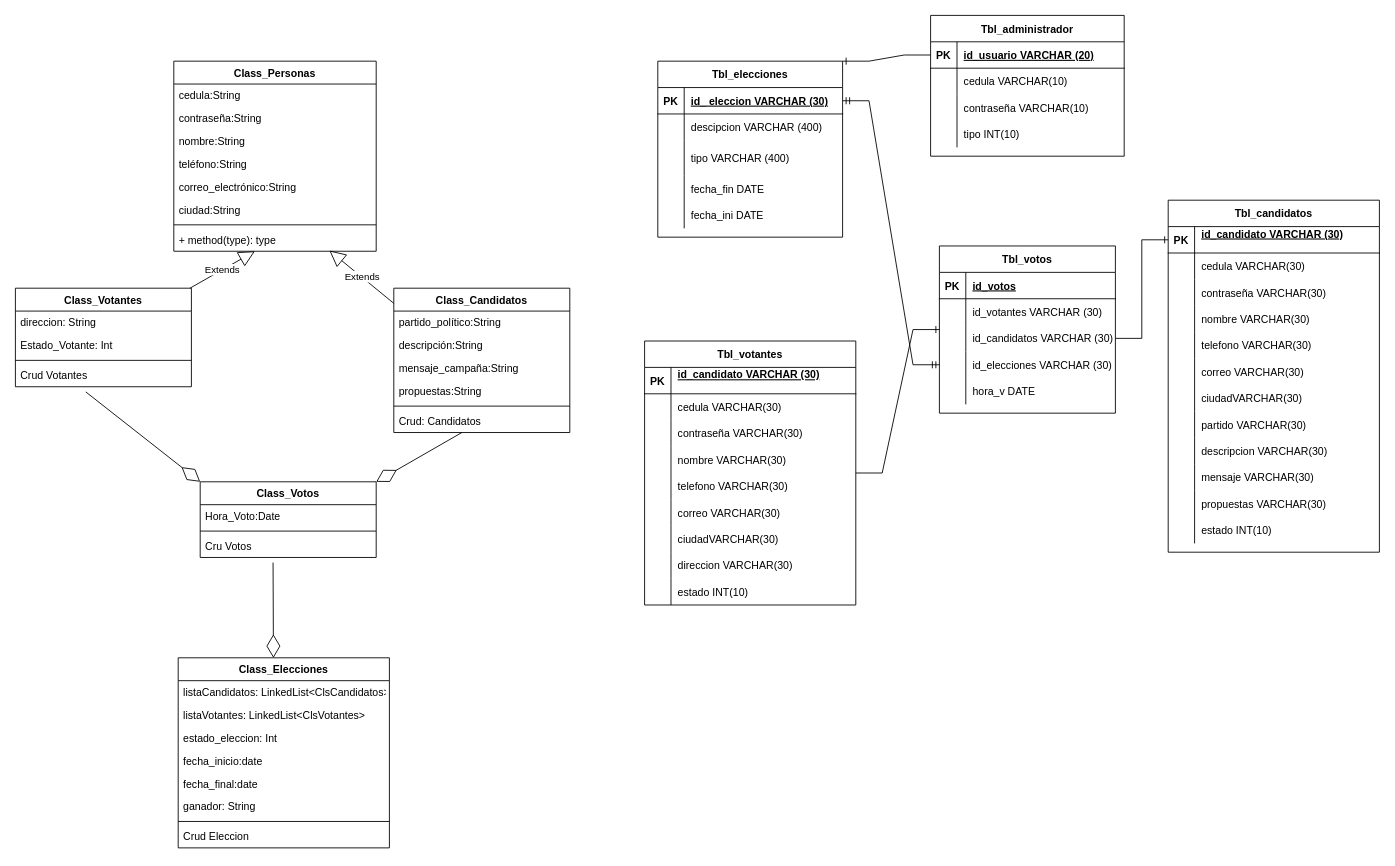
This is elecciones.drawio from alvaroarquez/mintic, a draw.io file, before an edit. Source tidied: cells renumbered, new cells numbered last; positions are measured from the earlier drawing's top-left corner, leaving out a move shared by most shapes. Both pictures are drawn from the tidied source at 88%, with x=0, y=0 at pixel (15, 15).
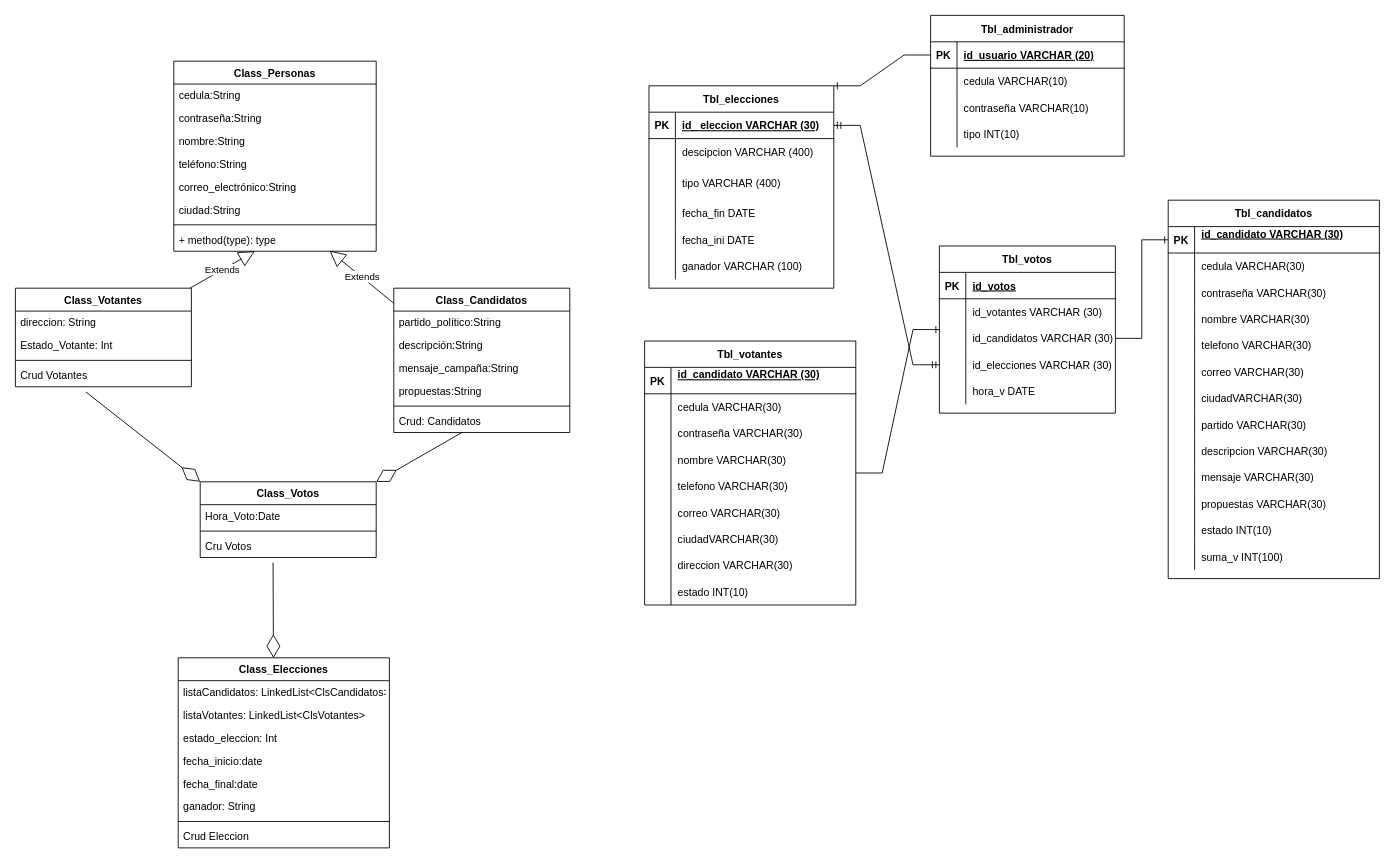
Above is the later version.

What changed in the source:
```diff
@@
     <mxCell id="41" value="Tbl_elecciones" style="shape=table;startSize=30;childLayout=tableLayout;rowLines=0;fontStyle=1;align=center;" parent="1" vertex="1">
-      <mxGeometry x="730" y="52" width="210" height="200" as="geometry" />
+      <mxGeometry x="720" y="80" width="210" height="230" as="geometry" />
     </mxCell>
@@
+    <mxCell id="155" style="shape=tableRow;horizontal=0;startSize=0;swimlaneHead=0;swimlaneBody=0;fillColor=none;top=0;left=0;right=0;bottom=0;" parent="41" vertex="1">
+      <mxGeometry y="190" width="210" height="30" as="geometry" />
+    </mxCell>
+    <mxCell id="156" style="shape=partialRectangle;fillColor=none;top=0;left=0;bottom=0;right=0;overflow=hidden;" parent="155" vertex="1">
+      <mxGeometry width="30" height="30" as="geometry" />
+    </mxCell>
+    <mxCell id="157" value="ganador VARCHAR (100)" style="shape=partialRectangle;fillColor=none;top=0;left=0;bottom=0;right=0;align=left;spacingLeft=6;overflow=hidden;" parent="155" vertex="1">
+      <mxGeometry x="30" width="180" height="30" as="geometry" />
+    </mxCell>
     <mxCell id="57" value="Tbl_candidatos" style="shape=table;startSize=30;childLayout=tableLayout;rowLines=0;fontStyle=1;align=center;" parent="1" vertex="1">
-      <mxGeometry x="1310" y="210" width="240" height="400" as="geometry" />
+      <mxGeometry x="1310" y="210" width="240" height="430" as="geometry" />
     </mxCell>
@@
+    <mxCell id="158" style="shape=tableRow;horizontal=0;startSize=0;swimlaneHead=0;swimlaneBody=0;fillColor=none;top=0;left=0;right=0;bottom=0;" parent="57" vertex="1">
+      <mxGeometry y="390" width="240" height="30" as="geometry" />
+    </mxCell>
+    <mxCell id="159" style="shape=partialRectangle;fillColor=none;top=0;left=0;bottom=0;right=0;overflow=hidden;" parent="158" vertex="1">
+      <mxGeometry width="30" height="30" as="geometry" />
+    </mxCell>
+    <mxCell id="160" value="suma_v INT(100)" style="shape=partialRectangle;fillColor=none;top=0;left=0;bottom=0;right=0;align=left;spacingLeft=6;overflow=hidden;" parent="158" vertex="1">
+      <mxGeometry x="30" width="210" height="30" as="geometry" />
+    </mxCell>
```
